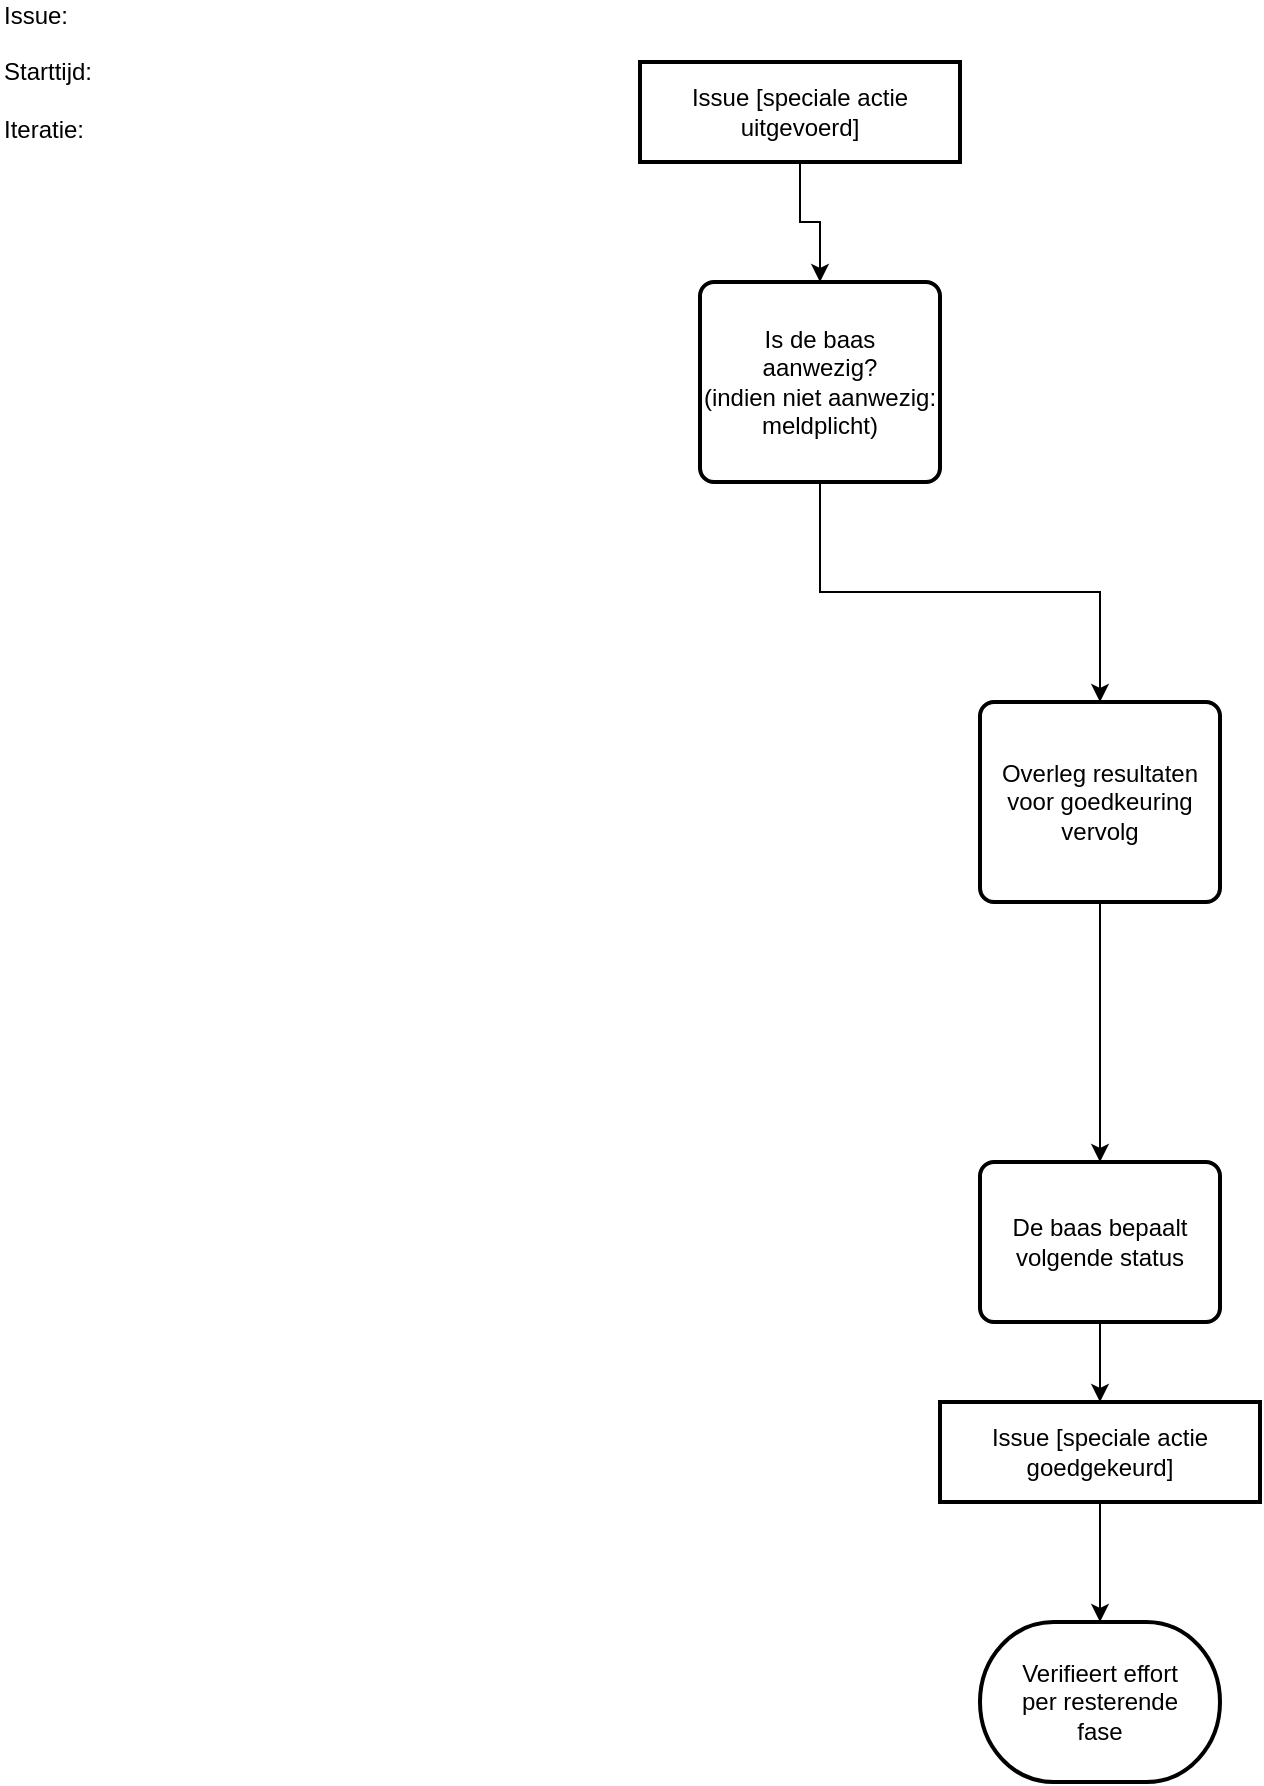
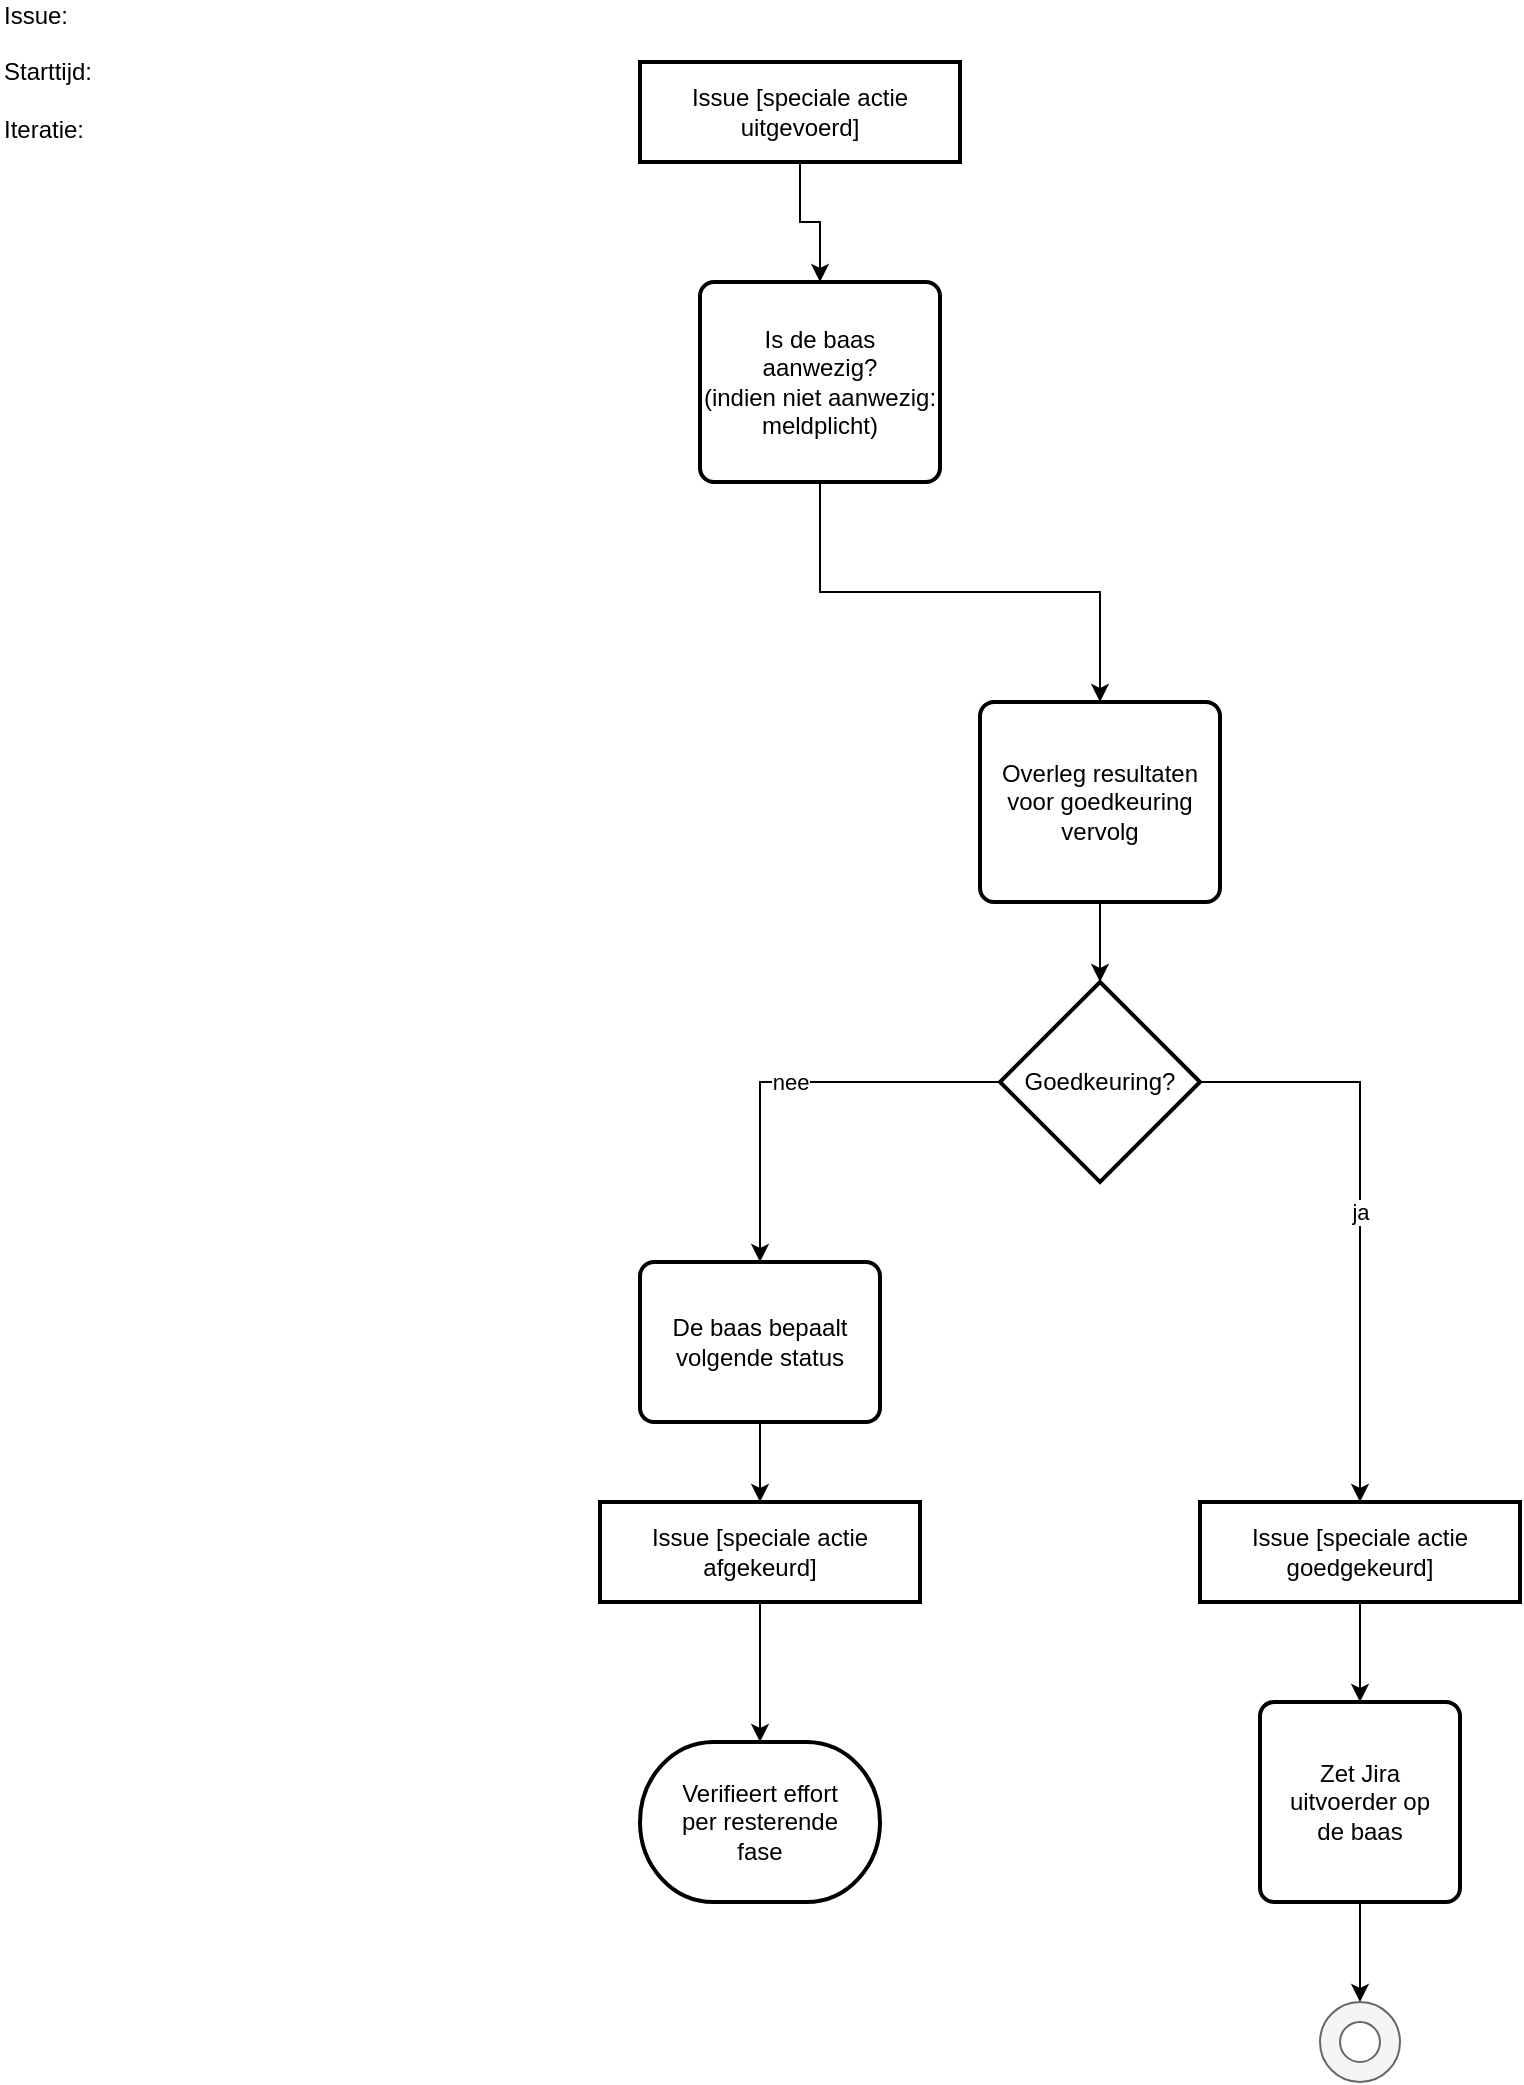
<mxfile host="Electron" agent="Mozilla/5.0 (Windows NT 10.0; Win64; x64) AppleWebKit/537.36 (KHTML, like Gecko) Chrome/144.0.0.0 Safari/537.36">
  <diagram id="BnLUZblOsesBlHXev8Wl" name="Page-1">
-     <mxGraphModel dx="842" dy="576" grid="1" gridSize="10" guides="1" tooltips="1" connect="1" arrows="1" fold="1" page="1" pageScale="1" pageWidth="827" pageHeight="1169" math="0" shadow="0">
+     <mxGraphModel dx="1460" dy="999" grid="1" gridSize="10" guides="1" tooltips="1" connect="1" arrows="1" fold="1" page="1" pageScale="1" pageWidth="827" pageHeight="1169" math="0" shadow="0">
      <root>
        <mxCell id="0" />
        <mxCell id="1" parent="0" />
        <mxCell id="pxuzoADpxMfooJR_diKQ-1" edge="1" parent="1" source="pxuzoADpxMfooJR_diKQ-2" style="edgeStyle=orthogonalEdgeStyle;rounded=0;orthogonalLoop=1;jettySize=auto;html=1;entryX=0.5;entryY=0;entryDx=0;entryDy=0;" target="pxuzoADpxMfooJR_diKQ-4" value="">
          <mxGeometry relative="1" as="geometry" />
        </mxCell>
        <object label="Issue [speciale actie uitgevoerd]" Action="1201" id="pxuzoADpxMfooJR_diKQ-2">
          <mxCell parent="1" style="rounded=0;whiteSpace=wrap;html=1;strokeWidth=2;" vertex="1">
            <mxGeometry height="50" width="160" x="340" y="40" as="geometry" />
          </mxCell>
        </object>
        <mxCell id="pxuzoADpxMfooJR_diKQ-3" edge="1" parent="1" source="pxuzoADpxMfooJR_diKQ-4" style="edgeStyle=orthogonalEdgeStyle;rounded=0;orthogonalLoop=1;jettySize=auto;html=1;exitX=0.5;exitY=1;exitDx=0;exitDy=0;entryX=0.5;entryY=0;entryDx=0;entryDy=0;" target="pxuzoADpxMfooJR_diKQ-9">
          <mxGeometry relative="1" as="geometry" />
        </mxCell>
        <object label="Is de baas&lt;br&gt;aanwezig?&lt;br&gt;(indien niet aanwezig:&lt;br&gt;meldplicht)" Action="1202" id="pxuzoADpxMfooJR_diKQ-4">
          <mxCell parent="1" style="rounded=1;whiteSpace=wrap;html=1;absoluteArcSize=1;arcSize=14;strokeWidth=2;" vertex="1">
            <mxGeometry height="100" width="120" x="370" y="150" as="geometry" />
          </mxCell>
        </object>
-         <mxCell id="pxuzoADpxMfooJR_diKQ-8" edge="1" parent="1" source="pxuzoADpxMfooJR_diKQ-9" style="edgeStyle=orthogonalEdgeStyle;rounded=0;orthogonalLoop=1;jettySize=auto;html=1;exitX=0.5;exitY=1;exitDx=0;exitDy=0;entryX=0.5;entryY=0;entryDx=0;entryDy=0;" target="pxuzoADpxMfooJR_diKQ-17" value="">
+         <mxCell id="pxuzoADpxMfooJR_diKQ-8" edge="1" parent="1" source="pxuzoADpxMfooJR_diKQ-9" style="edgeStyle=orthogonalEdgeStyle;rounded=0;orthogonalLoop=1;jettySize=auto;html=1;exitX=0.5;exitY=1;exitDx=0;exitDy=0;entryX=0.5;entryY=0;entryDx=0;entryDy=0;" target="pxuzoADpxMfooJR_diKQ-decision_goedkeuring" value="">
          <mxGeometry relative="1" as="geometry" />
        </mxCell>
        <object label="Overleg resultaten&lt;br&gt;voor goedkeuring&lt;br&gt;vervolg" Action="1204" id="pxuzoADpxMfooJR_diKQ-9">
          <mxCell parent="1" style="rounded=1;whiteSpace=wrap;html=1;absoluteArcSize=1;arcSize=14;strokeWidth=2;" vertex="1">
            <mxGeometry height="100" width="120" x="510" y="360" as="geometry" />
          </mxCell>
        </object>
+         <mxCell id="edge_goedkeuring_nee" edge="1" parent="1" source="pxuzoADpxMfooJR_diKQ-decision_goedkeuring" style="edgeStyle=orthogonalEdgeStyle;rounded=0;orthogonalLoop=1;jettySize=auto;html=1;exitX=0;exitY=0.5;exitDx=0;exitDy=0;exitPerimeter=0;entryX=0.5;entryY=0;entryDx=0;entryDy=0;" target="pxuzoADpxMfooJR_diKQ-17" value="nee">
+           <mxGeometry relative="1" as="geometry" />
+         </mxCell>
+         <mxCell id="edge_goedkeuring_ja" edge="1" parent="1" source="pxuzoADpxMfooJR_diKQ-decision_goedkeuring" style="edgeStyle=orthogonalEdgeStyle;rounded=0;orthogonalLoop=1;jettySize=auto;html=1;exitX=1;exitY=0.5;exitDx=0;exitDy=0;exitPerimeter=0;entryX=0.5;entryY=0;entryDx=0;entryDy=0;" target="object_special_action_goedgekeurd" value="ja">
+           <mxGeometry relative="1" as="geometry" />
+         </mxCell>
+         <object label="Goedkeuring?" Action="1205" id="pxuzoADpxMfooJR_diKQ-decision_goedkeuring">
+           <mxCell parent="1" style="strokeWidth=2;html=1;shape=mxgraph.flowchart.decision;whiteSpace=wrap;" vertex="1">
+             <mxGeometry height="100" width="100" x="520" y="500" as="geometry" />
+           </mxCell>
+         </object>
        <object label="De baas bepaalt&lt;br&gt;volgende status" Action="1206" id="pxuzoADpxMfooJR_diKQ-17">
          <mxCell parent="1" style="rounded=1;whiteSpace=wrap;html=1;absoluteArcSize=1;arcSize=14;strokeWidth=2;" vertex="1">
-             <mxGeometry height="80" width="120" x="510" y="590" as="geometry" />
+             <mxGeometry height="80" width="120" x="340" y="640" as="geometry" />
          </mxCell>
        </object>
        <mxCell id="pxuzoADpxMfooJR_diKQ-20" parent="1" style="text;html=1;align=left;verticalAlign=middle;whiteSpace=wrap;rounded=0;" value="Issue:&amp;nbsp; &amp;nbsp;&lt;br&gt;&lt;br&gt;Starttijd:&lt;br&gt;&lt;br&gt;Iteratie:&amp;nbsp;" vertex="1">
          <mxGeometry height="30" width="60" x="20" y="30" as="geometry" />
        </mxCell>
        <object label="Verifieert effort&lt;br&gt;per resterende&lt;br&gt;fase" Action="1207" id="pxuzoADpxMfooJR_diKQ-27">
          <mxCell parent="1" style="strokeWidth=2;html=1;shape=mxgraph.flowchart.terminator;whiteSpace=wrap;" vertex="1">
-             <mxGeometry height="80" width="120" x="510" y="820" as="geometry" />
+             <mxGeometry height="80" width="120" x="340" y="880" as="geometry" />
          </mxCell>
        </object>
-         <mxCell id="pxuzoADpxMfooJR_diKQ-28" edge="1" parent="1" source="pxuzoADpxMfooJR_diKQ-17" style="edgeStyle=orthogonalEdgeStyle;rounded=0;orthogonalLoop=1;jettySize=auto;html=1;exitX=0.5;exitY=1;exitDx=0;exitDy=0;entryX=0.5;entryY=0;entryDx=0;entryDy=0;" target="object_special_action_goedgekeurd">
+         <mxCell id="pxuzoADpxMfooJR_diKQ-28" edge="1" parent="1" source="pxuzoADpxMfooJR_diKQ-17" style="edgeStyle=orthogonalEdgeStyle;rounded=0;orthogonalLoop=1;jettySize=auto;html=1;exitX=0.5;exitY=1;exitDx=0;exitDy=0;entryX=0.5;entryY=0;entryDx=0;entryDy=0;" target="object_special_action_afgekeurd">
+           <mxGeometry relative="1" as="geometry" />
+         </mxCell>
+         <object label="Issue [speciale actie afgekeurd]" id="object_special_action_afgekeurd">
+           <mxCell parent="1" style="rounded=0;whiteSpace=wrap;html=1;strokeWidth=2;" vertex="1">
+             <mxGeometry height="50" width="160" x="320" y="760" as="geometry" />
+           </mxCell>
+         </object>
+         <mxCell id="edge_afgekeurd_to_terminator" edge="1" parent="1" source="object_special_action_afgekeurd" style="edgeStyle=orthogonalEdgeStyle;rounded=0;orthogonalLoop=1;jettySize=auto;html=1;exitX=0.5;exitY=1;exitDx=0;exitDy=0;entryX=0.5;entryY=0;entryDx=0;entryDy=0;" target="pxuzoADpxMfooJR_diKQ-27" value="">
+           <mxGeometry relative="1" as="geometry" />
+         </mxCell>
+         <mxCell id="edge_goedgekeurd_to_jira_baas" edge="1" parent="1" source="object_special_action_goedgekeurd" style="edgeStyle=orthogonalEdgeStyle;rounded=0;orthogonalLoop=1;jettySize=auto;html=1;exitX=0.5;exitY=1;exitDx=0;exitDy=0;entryX=0.5;entryY=0;entryDx=0;entryDy=0;" target="pxuzoADpxMfooJR_diKQ-action_jira_baas" value="">
          <mxGeometry relative="1" as="geometry" />
        </mxCell>
        <object label="Issue [speciale actie goedgekeurd]" id="object_special_action_goedgekeurd">
          <mxCell parent="1" style="rounded=0;whiteSpace=wrap;html=1;strokeWidth=2;" vertex="1">
-             <mxGeometry height="50" width="160" x="490" y="710" as="geometry" />
+             <mxGeometry height="50" width="160" x="620" y="760" as="geometry" />
          </mxCell>
        </object>
-         <mxCell id="edge_goedgekeurd_to_terminator" edge="1" parent="1" source="object_special_action_goedgekeurd" style="edgeStyle=orthogonalEdgeStyle;rounded=0;orthogonalLoop=1;jettySize=auto;html=1;" target="pxuzoADpxMfooJR_diKQ-27" value="">
+         <mxCell id="edge_jira_baas_to_final" edge="1" parent="1" source="pxuzoADpxMfooJR_diKQ-action_jira_baas" style="edgeStyle=orthogonalEdgeStyle;rounded=0;orthogonalLoop=1;jettySize=auto;html=1;exitX=0.5;exitY=1;exitDx=0;exitDy=0;entryX=0.5;entryY=0;entryDx=0;entryDy=0;" target="final_donut_special_action" value="">
          <mxGeometry relative="1" as="geometry" />
+         </mxCell>
+         <object label="Zet Jira&lt;br&gt;uitvoerder op&lt;br&gt;de baas" Action="1208" id="pxuzoADpxMfooJR_diKQ-action_jira_baas">
+           <mxCell parent="1" style="rounded=1;whiteSpace=wrap;html=1;absoluteArcSize=1;arcSize=14;strokeWidth=2;" vertex="1">
+             <mxGeometry height="100" width="100" x="650" y="860" as="geometry" />
+           </mxCell>
+         </object>
+         <mxCell id="final_donut_special_action" parent="1" style="verticalLabelPosition=bottom;verticalAlign=top;html=1;shape=mxgraph.basic.donut;dx=10;fillColor=#f5f5f5;strokeColor=#666666;fontColor=#333333;" value="" vertex="1">
+           <mxGeometry height="40" width="40" x="680" y="1010" as="geometry" />
        </mxCell>
      </root>
    </mxGraphModel>
  </diagram>
</mxfile>
